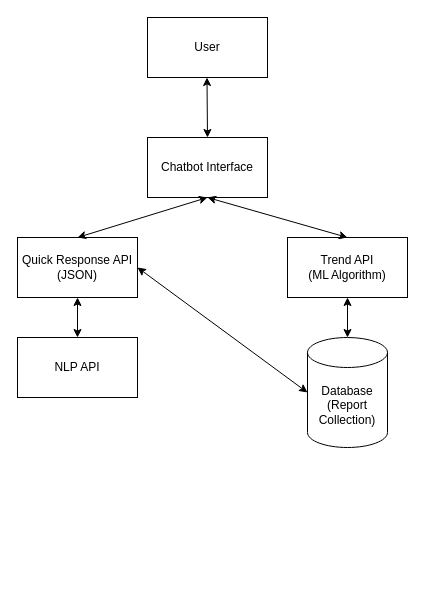
Earlier version of the draw.io diagram SystemDesign.drawio (pranavn35/ProjectDiagrams). Source tidied: cells renumbered, new cells numbered last; positions are measured from the earlier drawing's top-left corner, leaving out a move shared by most shapes. Both pictures are drawn from the tidied source at 100%, with x=0, y=0 at pixel (17, 17).
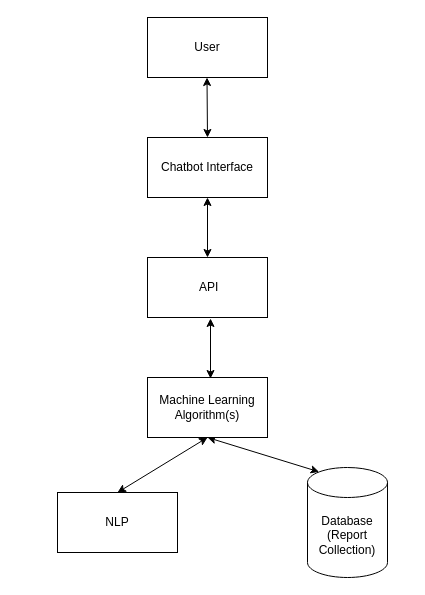
The same diagram, later.

What changed in the source:
```diff
@@
 <mxGraphModel>
   <root>
     <mxCell id="0" />
     <mxCell id="1" parent="0" />
     <mxCell id="2" value="User" style="rounded=0;whiteSpace=wrap;html=1;" parent="1" vertex="1">
       <mxGeometry x="130" width="120" height="60" as="geometry" />
     </mxCell>
     <mxCell id="3" value="Chatbot Interface" style="rounded=0;whiteSpace=wrap;html=1;" parent="1" vertex="1">
       <mxGeometry x="130" y="120" width="120" height="60" as="geometry" />
     </mxCell>
-    <mxCell id="4" value="Quick Response API (JSON)" style="rounded=0;whiteSpace=wrap;html=1;" parent="1" vertex="1">
-      <mxGeometry y="220" width="120" height="60" as="geometry" />
-    </mxCell>
-    <mxCell id="5" value="NLP API" style="rounded=0;whiteSpace=wrap;html=1;" parent="1" vertex="1">
-      <mxGeometry y="320" width="120" height="60" as="geometry" />
+    <mxCell id="5" value="&amp;nbsp;API" style="rounded=0;whiteSpace=wrap;html=1;" parent="1" vertex="1">
+      <mxGeometry x="130" y="240" width="120" height="60" as="geometry" />
     </mxCell>
     <mxCell id="6" value="Database&lt;br&gt;(Report Collection)" style="shape=cylinder3;whiteSpace=wrap;html=1;boundedLbl=1;backgroundOutline=1;size=15;" parent="1" vertex="1">
-      <mxGeometry x="290" y="320" width="80" height="110" as="geometry" />
+      <mxGeometry x="290" y="450" width="80" height="110" as="geometry" />
     </mxCell>
-    <mxCell id="7" value="Trend API&lt;br&gt;(ML Algorithm)" style="rounded=0;whiteSpace=wrap;html=1;" parent="1" vertex="1">
-      <mxGeometry x="270" y="220" width="120" height="60" as="geometry" />
-    </mxCell>
     <mxCell id="8" style="endArrow=classic;startArrow=classic;html=1;rounded=0;" parent="1" edge="1">
       <mxGeometry relative="1" as="geometry">
         <mxPoint x="190" y="120" as="sourcePoint" />
         <mxPoint x="189.5" y="60" as="targetPoint" />
       </mxGeometry>
     </mxCell>
-    <mxCell id="9" style="endArrow=classic;startArrow=classic;html=1;rounded=0;exitX=0.5;exitY=0;exitDx=0;exitDy=0;" parent="1" edge="1" source="4">
-      <mxGeometry relative="1" as="geometry">
-        <mxPoint x="190" y="180" as="targetPoint" />
-      </mxGeometry>
+    <mxCell id="9" style="endArrow=classic;startArrow=classic;html=1;rounded=0;exitX=0.5;exitY=0;exitDx=0;exitDy=0;entryX=0.5;entryY=1;entryDx=0;entryDy=0;" parent="1" edge="1" source="16" target="14">
+      <mxGeometry relative="1" as="geometry" />
     </mxCell>
-    <mxCell id="10" style="endArrow=classic;startArrow=classic;html=1;rounded=0;exitX=0.5;exitY=0;exitDx=0;exitDy=0;" parent="1" edge="1" source="7">
-      <mxGeometry relative="1" as="geometry">
-        <mxPoint x="190" y="180" as="targetPoint" />
-      </mxGeometry>
+    <mxCell id="10" style="endArrow=classic;startArrow=classic;html=1;rounded=0;entryX=0.5;entryY=1;entryDx=0;entryDy=0;exitX=0.145;exitY=0;exitDx=0;exitDy=4.35;exitPerimeter=0;" parent="1" edge="1" source="6" target="14">
+      <mxGeometry relative="1" as="geometry" />
     </mxCell>
-    <mxCell id="11" style="endArrow=classic;startArrow=classic;html=1;rounded=0;exitX=0.5;exitY=1;exitDx=0;exitDy=0;entryX=0.5;entryY=0;entryDx=0;entryDy=0;" parent="1" edge="1" source="4" target="5">
-      <mxGeometry relative="1" as="geometry" />
+    <mxCell id="11" style="endArrow=classic;startArrow=classic;html=1;rounded=0;exitX=0.5;exitY=1;exitDx=0;exitDy=0;" parent="1" edge="1" source="3">
+      <mxGeometry relative="1" as="geometry">
+        <mxPoint x="190" y="240" as="targetPoint" />
+      </mxGeometry>
     </mxCell>
-    <mxCell id="12" style="endArrow=classic;startArrow=classic;html=1;rounded=0;exitX=0.5;exitY=0;exitDx=0;exitDy=0;entryX=0.5;entryY=1;entryDx=0;entryDy=0;exitPerimeter=0;" parent="1" edge="1" source="6" target="7">
-      <mxGeometry relative="1" as="geometry" />
-    </mxCell>
-    <mxCell id="13" style="endArrow=classic;startArrow=classic;html=1;rounded=0;exitX=0;exitY=0.5;exitDx=0;exitDy=0;entryX=0.5;entryY=1;entryDx=0;entryDy=0;exitPerimeter=0;" parent="1" edge="1" source="6">
-      <mxGeometry relative="1" as="geometry">
-        <mxPoint x="120" y="250" as="targetPoint" />
-      </mxGeometry>
-    </mxCell>
+    <mxCell id="14" value="Machine Learning Algorithm(s)" style="rounded=0;whiteSpace=wrap;html=1;" parent="1" vertex="1">
+      <mxGeometry x="130" y="360" width="120" height="60" as="geometry" />
+    </mxCell>
+    <mxCell id="15" style="endArrow=classic;startArrow=classic;html=1;rounded=0;exitX=0.5;exitY=1;exitDx=0;exitDy=0;" parent="1" edge="1">
+      <mxGeometry relative="1" as="geometry">
+        <mxPoint x="193" y="301" as="sourcePoint" />
+        <mxPoint x="193" y="361" as="targetPoint" />
+      </mxGeometry>
+    </mxCell>
+    <mxCell id="16" value="NLP" style="rounded=0;whiteSpace=wrap;html=1;" parent="1" vertex="1">
+      <mxGeometry x="40" y="475" width="120" height="60" as="geometry" />
+    </mxCell>
   </root>
 </mxGraphModel>
```
